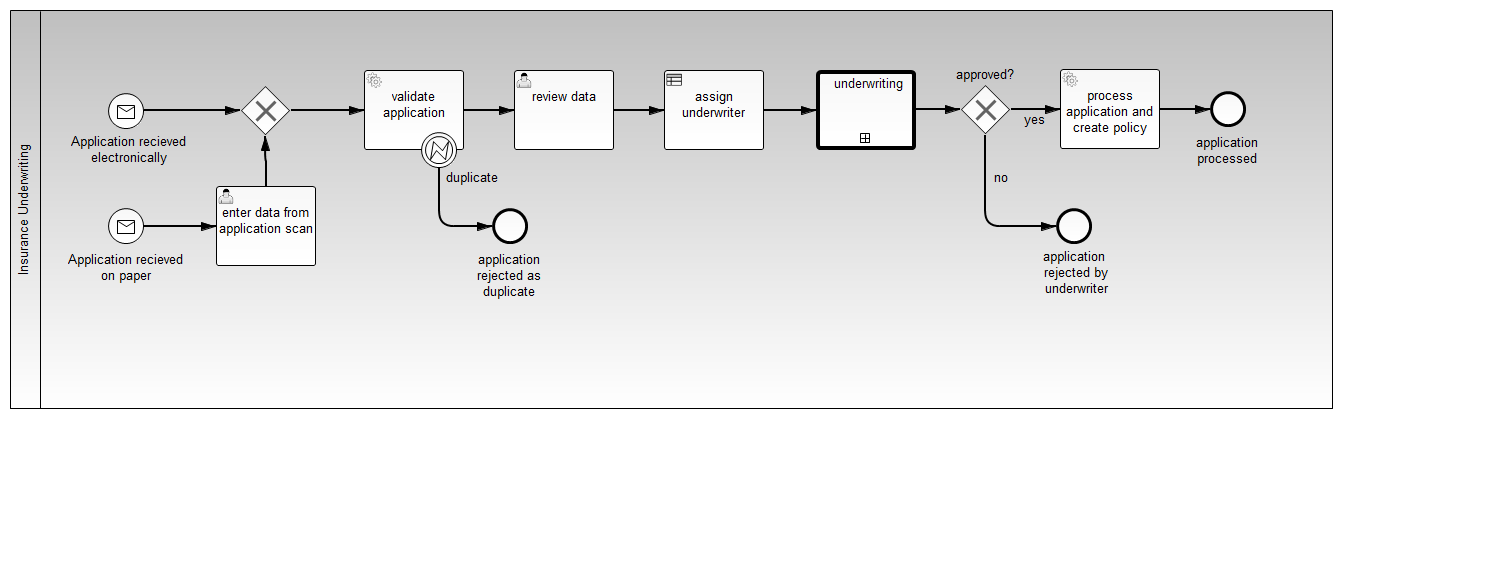
The BPMN diagram one-time-examples/2015-01-webinars/webinar-cmmn/src/main/resources/alternatives/underwriting-call-activity-cmmn.png in camunda-consulting/camunda-7-code-examples, before a commit. Its source is kept beside it as one-time-examples/2015-01-webinars/webinar-cmmn/src/main/resources/alternatives/underwriting-call-activity-cmmn.bpmn. Ids are renumbered.
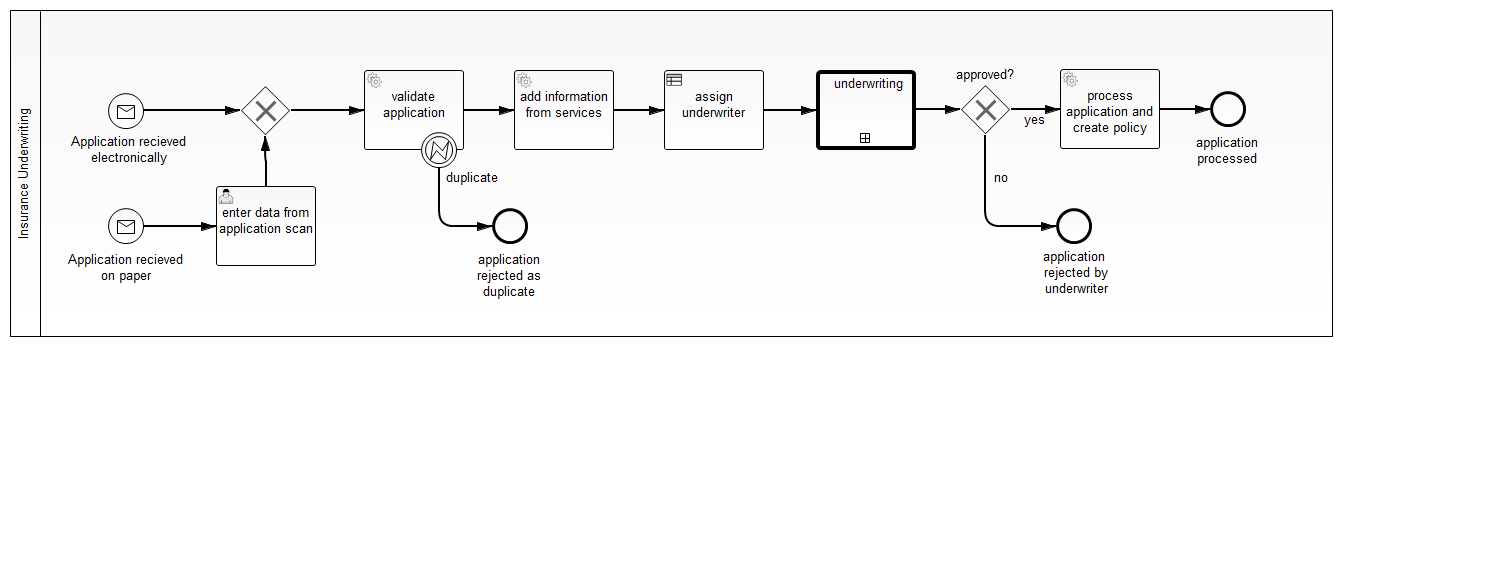
The same file after the commit.

The edit, as a diff of the source:
```diff
@@ -33,10 +33,10 @@
       <bpmn2:incoming>SequenceFlow_6</bpmn2:incoming>
     </bpmn2:endEvent>
     <bpmn2:sequenceFlow id="SequenceFlow_6" name="" sourceRef="BoundaryEvent_1" targetRef="EndDuplicate"/>
-    <bpmn2:userTask id="reviewData" name="review data">
+    <bpmn2:serviceTask id="reviewData" name="add information from services">
       <bpmn2:incoming>SequenceFlow_7</bpmn2:incoming>
       <bpmn2:outgoing>SequenceFlow_8</bpmn2:outgoing>
-    </bpmn2:userTask>
+    </bpmn2:serviceTask>
     <bpmn2:sequenceFlow id="SequenceFlow_7" sourceRef="checkDuplicates" targetRef="reviewData"/>
     <bpmn2:businessRuleTask id="assignUnderwriter" camunda:class="org.camunda.showcase.underwritingBPMN_CMMN.LoggerDelegate" name="assign underwriter">
       <bpmn2:incoming>SequenceFlow_8</bpmn2:incoming>
@@ -81,7 +81,7 @@
   <bpmndi:BPMNDiagram id="BPMNDiagram_1" name="Default Collaboration Diagram">
     <bpmndi:BPMNPlane id="BPMNPlane_1" bpmnElement="Collaboration_1">
       <bpmndi:BPMNShape id="BPMNShape_1" bpmnElement="insurance_system" isHorizontal="true">
-        <dc:Bounds height="399.0" width="1323.0" x="10.0" y="10.0"/>
+        <dc:Bounds height="327.0" width="1323.0" x="10.0" y="10.0"/>
       </bpmndi:BPMNShape>
       <bpmndi:BPMNShape id="BPMNShape_StartEvent_1" bpmnElement="StartElectronically">
         <dc:Bounds height="36.0" width="36.0" x="108.0" y="93.0"/>
@@ -92,7 +92,7 @@
       <bpmndi:BPMNShape id="BPMNShape_EndEvent_1" bpmnElement="EndEvent_1">
         <dc:Bounds height="36.0" width="36.0" x="1056.0" y="208.0"/>
         <bpmndi:BPMNLabel>
-          <dc:Bounds height="0.0" width="0.0" x="1077.0" y="246.0"/>
+          <dc:Bounds height="54.0" width="82.0" x="1036.0" y="246.0"/>
         </bpmndi:BPMNLabel>
       </bpmndi:BPMNShape>
       <bpmndi:BPMNShape id="_BPMNShape_ExclusiveGateway_2" bpmnElement="ExclusiveGateway_1" isMarkerVisible="true">
@@ -133,7 +133,7 @@
       <bpmndi:BPMNShape id="_BPMNShape_EndEvent_2" bpmnElement="EndDuplicate">
         <dc:Bounds height="36.0" width="36.0" x="492.0" y="208.0"/>
         <bpmndi:BPMNLabel>
-          <dc:Bounds height="54.0" width="100.0" x="460.0" y="249.0"/>
+          <dc:Bounds height="54.0" width="80.0" x="470.0" y="249.0"/>
         </bpmndi:BPMNLabel>
       </bpmndi:BPMNShape>
       <bpmndi:BPMNEdge id="BPMNEdge_SequenceFlow_6" bpmnElement="SequenceFlow_6" sourceElement="_BPMNShape_BoundaryEvent_2" targetElement="_BPMNShape_EndEvent_2">
@@ -221,13 +221,22 @@
       <bpmndi:BPMNEdge id="BPMNEdge_SequenceFlow_3" bpmnElement="SequenceFlow_3" sourceElement="_BPMNShape_ExclusiveGateway_3" targetElement="_BPMNShape_ServiceTask_4">
         <di:waypoint xsi:type="dc:Point" x="1010.0" y="109.0"/>
         <di:waypoint xsi:type="dc:Point" x="1060.0" y="109.0"/>
+        <bpmndi:BPMNLabel>
+          <dc:Bounds height="22.0" width="27.0" x="1022.0" y="109.0"/>
+        </bpmndi:BPMNLabel>
       </bpmndi:BPMNEdge>
       <bpmndi:BPMNShape id="_BPMNShape_EndEvent_4" bpmnElement="EndEvent_2">
         <dc:Bounds height="36.0" width="36.0" x="1210.0" y="91.0"/>
+        <bpmndi:BPMNLabel>
+          <dc:Bounds height="38.0" width="78.0" x="1189.0" y="132.0"/>
+        </bpmndi:BPMNLabel>
       </bpmndi:BPMNShape>
       <bpmndi:BPMNEdge id="BPMNEdge_SequenceFlow_4" bpmnElement="SequenceFlow_4" sourceElement="_BPMNShape_ServiceTask_4" targetElement="_BPMNShape_EndEvent_4">
         <di:waypoint xsi:type="dc:Point" x="1160.0" y="109.0"/>
         <di:waypoint xsi:type="dc:Point" x="1210.0" y="109.0"/>
+        <bpmndi:BPMNLabel>
+          <dc:Bounds height="6.0" width="6.0" x="1182.0" y="109.0"/>
+        </bpmndi:BPMNLabel>
       </bpmndi:BPMNEdge>
     </bpmndi:BPMNPlane>
   </bpmndi:BPMNDiagram>
```
